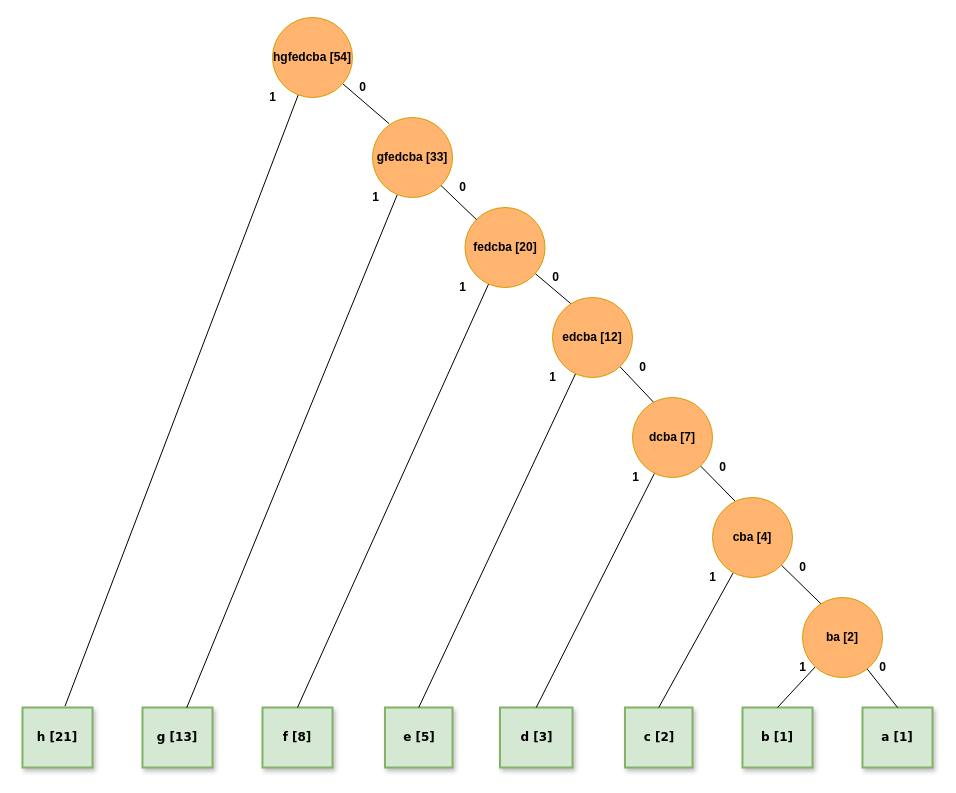
The draw.io diagram Untitled Diagram.drawio in Depaul-University/Algorithms-and-Data-Structures, before the edit. Source tidied: cells renumbered, new cells numbered last; positions are measured from the earlier drawing's top-left corner, leaving out a move shared by most shapes. Both pictures are drawn from the tidied source at 100%, with x=0, y=0 at pixel (22, 17).
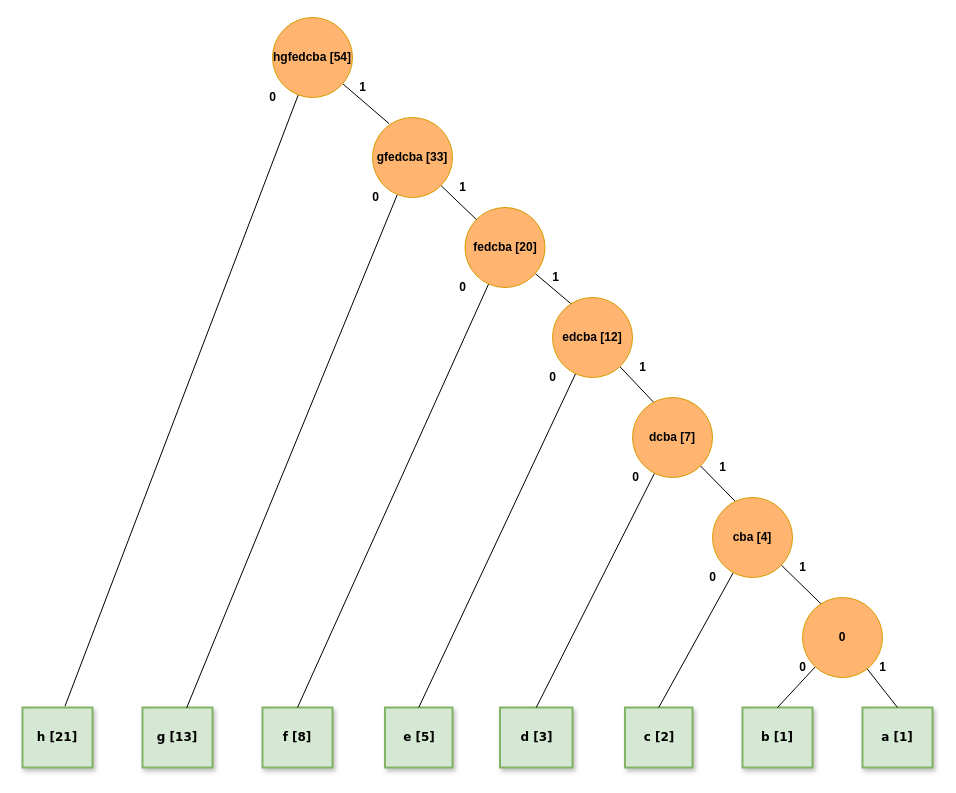
After the change.

Commit message:
Huffman Encoding First 8 Fibonaci Seq.drawio

Diff of the diagram source:
```diff
@@
-    <mxCell id="23" value="ba [2]" style="ellipse;whiteSpace=wrap;html=1;fillColor=#FFB570;strokeColor=#d79b00;fontStyle=1;" parent="1" vertex="1">
+    <mxCell id="23" value="0" style="ellipse;whiteSpace=wrap;html=1;fillColor=#FFB570;strokeColor=#d79b00;fontStyle=1;" parent="1" vertex="1">
       <mxGeometry x="780" y="580" width="80" height="80" as="geometry" />
     </mxCell>
@@
-    <mxCell id="31" value="0" style="text;html=1;align=center;verticalAlign=middle;strokeColor=none;fillColor=none;fontStyle=1;" parent="1" vertex="1">
+    <mxCell id="31" value="1" style="text;html=1;align=center;verticalAlign=middle;strokeColor=none;fillColor=none;fontStyle=1;" parent="1" vertex="1">
       <mxGeometry x="330" y="60" width="20" height="20" as="geometry" />
     </mxCell>
-    <mxCell id="32" value="0" style="text;html=1;align=center;verticalAlign=middle;strokeColor=none;fillColor=none;fontStyle=1;" parent="1" vertex="1">
+    <mxCell id="32" value="1" style="text;html=1;align=center;verticalAlign=middle;strokeColor=none;fillColor=none;fontStyle=1;" parent="1" vertex="1">
       <mxGeometry x="430" y="160" width="20" height="20" as="geometry" />
     </mxCell>
-    <mxCell id="33" value="0" style="text;html=1;align=center;verticalAlign=middle;strokeColor=none;fillColor=none;fontStyle=1;" parent="1" vertex="1">
+    <mxCell id="33" value="1" style="text;html=1;align=center;verticalAlign=middle;strokeColor=none;fillColor=none;fontStyle=1;" parent="1" vertex="1">
       <mxGeometry x="522.5" y="250" width="20" height="20" as="geometry" />
     </mxCell>
-    <mxCell id="34" value="0" style="text;html=1;align=center;verticalAlign=middle;strokeColor=none;fillColor=none;fontStyle=1;" parent="1" vertex="1">
+    <mxCell id="34" value="1" style="text;html=1;align=center;verticalAlign=middle;strokeColor=none;fillColor=none;fontStyle=1;" parent="1" vertex="1">
       <mxGeometry x="610" y="340" width="20" height="20" as="geometry" />
     </mxCell>
-    <mxCell id="35" value="0" style="text;html=1;align=center;verticalAlign=middle;strokeColor=none;fillColor=none;fontStyle=1;" parent="1" vertex="1">
+    <mxCell id="35" value="1" style="text;html=1;align=center;verticalAlign=middle;strokeColor=none;fillColor=none;fontStyle=1;" parent="1" vertex="1">
       <mxGeometry x="690" y="440" width="20" height="20" as="geometry" />
     </mxCell>
-    <mxCell id="36" value="0" style="text;html=1;align=center;verticalAlign=middle;strokeColor=none;fillColor=none;fontStyle=1;" parent="1" vertex="1">
+    <mxCell id="36" value="1" style="text;html=1;align=center;verticalAlign=middle;strokeColor=none;fillColor=none;fontStyle=1;" parent="1" vertex="1">
       <mxGeometry x="770" y="540" width="20" height="20" as="geometry" />
     </mxCell>
-    <mxCell id="37" value="0" style="text;html=1;align=center;verticalAlign=middle;strokeColor=none;fillColor=none;fontStyle=1;" parent="1" vertex="1">
+    <mxCell id="37" value="1" style="text;html=1;align=center;verticalAlign=middle;strokeColor=none;fillColor=none;fontStyle=1;" parent="1" vertex="1">
       <mxGeometry x="850" y="640" width="20" height="20" as="geometry" />
     </mxCell>
-    <mxCell id="38" value="1" style="text;html=1;align=center;verticalAlign=middle;strokeColor=none;fillColor=none;fontStyle=1;" parent="1" vertex="1">
+    <mxCell id="38" value="0" style="text;html=1;align=center;verticalAlign=middle;strokeColor=none;fillColor=none;fontStyle=1;" parent="1" vertex="1">
       <mxGeometry x="770" y="640" width="20" height="20" as="geometry" />
     </mxCell>
-    <mxCell id="39" value="1" style="text;html=1;align=center;verticalAlign=middle;strokeColor=none;fillColor=none;fontStyle=1;" parent="1" vertex="1">
+    <mxCell id="39" value="0" style="text;html=1;align=center;verticalAlign=middle;strokeColor=none;fillColor=none;fontStyle=1;" parent="1" vertex="1">
       <mxGeometry x="680" y="550" width="20" height="20" as="geometry" />
     </mxCell>
-    <mxCell id="40" value="1" style="text;html=1;align=center;verticalAlign=middle;strokeColor=none;fillColor=none;fontStyle=1;" parent="1" vertex="1">
+    <mxCell id="40" value="0" style="text;html=1;align=center;verticalAlign=middle;strokeColor=none;fillColor=none;fontStyle=1;" parent="1" vertex="1">
       <mxGeometry x="602.5" y="450" width="20" height="20" as="geometry" />
     </mxCell>
-    <mxCell id="41" value="1" style="text;html=1;align=center;verticalAlign=middle;strokeColor=none;fillColor=none;fontStyle=1;" parent="1" vertex="1">
+    <mxCell id="41" value="0" style="text;html=1;align=center;verticalAlign=middle;strokeColor=none;fillColor=none;fontStyle=1;" parent="1" vertex="1">
       <mxGeometry x="520" y="350" width="20" height="20" as="geometry" />
     </mxCell>
-    <mxCell id="42" value="1" style="text;html=1;align=center;verticalAlign=middle;strokeColor=none;fillColor=none;fontStyle=1;" parent="1" vertex="1">
+    <mxCell id="42" value="0" style="text;html=1;align=center;verticalAlign=middle;strokeColor=none;fillColor=none;fontStyle=1;" parent="1" vertex="1">
       <mxGeometry x="430" y="260" width="20" height="20" as="geometry" />
     </mxCell>
-    <mxCell id="43" value="1" style="text;html=1;align=center;verticalAlign=middle;strokeColor=none;fillColor=none;fontStyle=1;" parent="1" vertex="1">
+    <mxCell id="43" value="0" style="text;html=1;align=center;verticalAlign=middle;strokeColor=none;fillColor=none;fontStyle=1;" parent="1" vertex="1">
       <mxGeometry x="342.5" y="170" width="20" height="20" as="geometry" />
     </mxCell>
-    <mxCell id="44" value="1" style="text;html=1;align=center;verticalAlign=middle;strokeColor=none;fillColor=none;fontStyle=1;" parent="1" vertex="1">
+    <mxCell id="44" value="0" style="text;html=1;align=center;verticalAlign=middle;strokeColor=none;fillColor=none;fontStyle=1;" parent="1" vertex="1">
       <mxGeometry x="240" y="70" width="20" height="20" as="geometry" />
     </mxCell>
```
